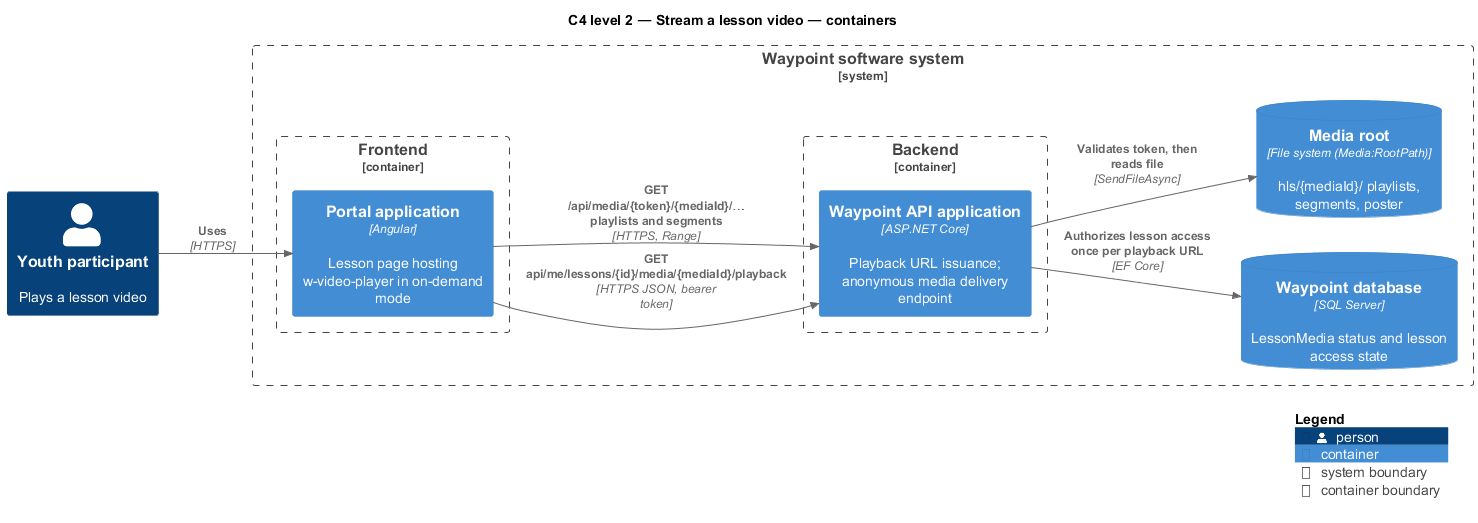
QuinntyneBrown/waypoint keeps this PlantUML diagram as docs/detailed-designs/learning-experience/stream-lesson-video/diagrams/c4-container.png. Above is the earlier version.
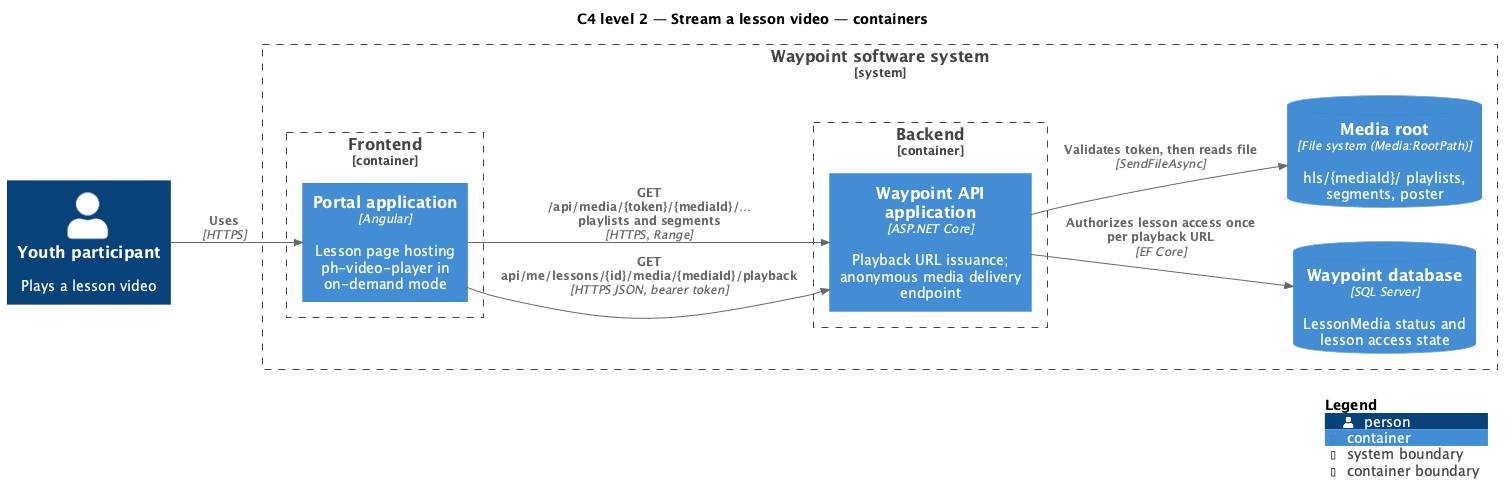
Above is the later version.

Diff of the diagram source:
```diff
@@ -5,7 +5,7 @@
 Person(youth, "Youth participant", "Plays a lesson video")
 System_Boundary(waypoint, "Waypoint software system") {
   Container_Boundary(frontend, "Frontend") {
-    Container(portal, "Portal application", "Angular", "Lesson page hosting w-video-player in on-demand mode")
+    Container(portal, "Portal application", "Angular", "Lesson page hosting ph-video-player in on-demand mode")
   }
   Container_Boundary(backend, "Backend") {
     Container(api, "Waypoint API application", "ASP.NET Core", "Playback URL issuance; anonymous media delivery endpoint")
```
